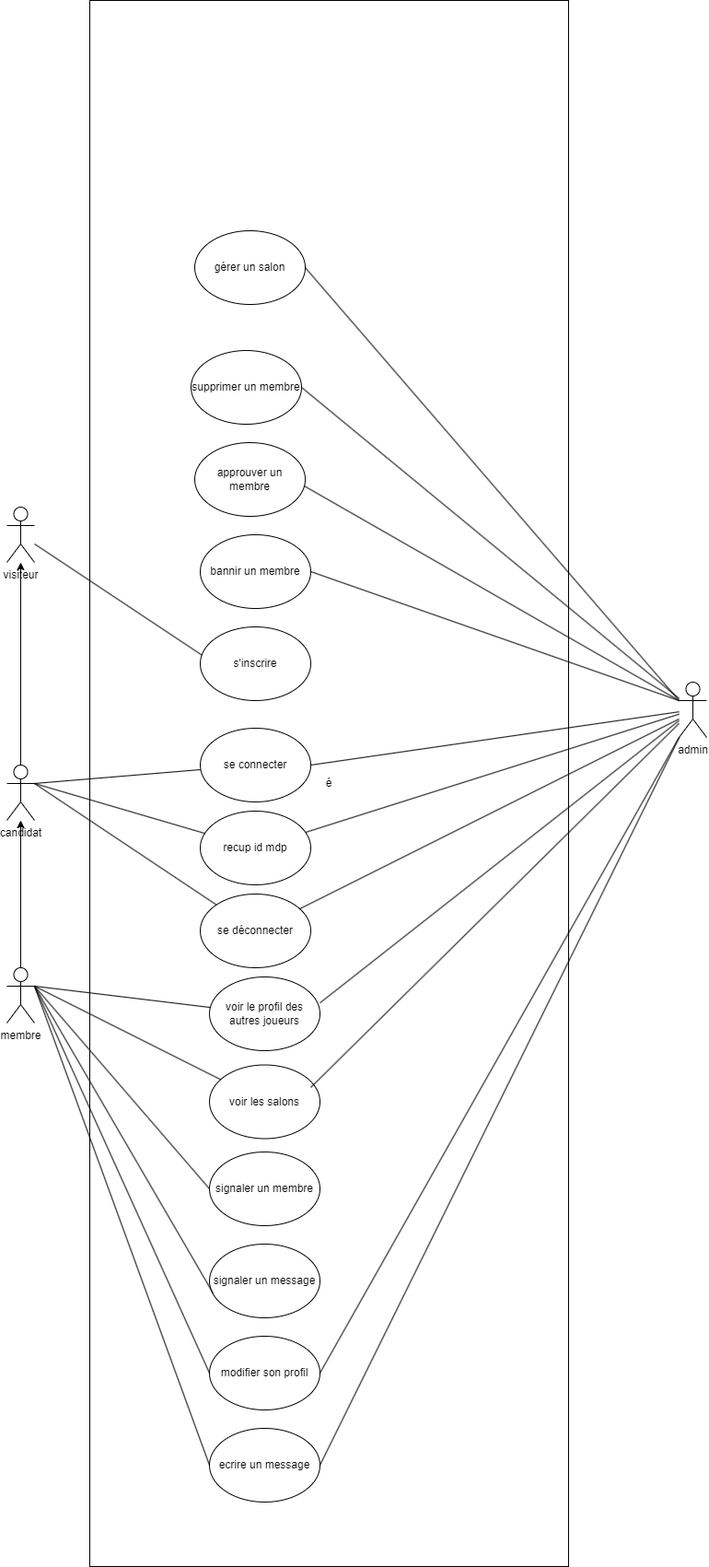
This is userStories.drawio.png from 2024-devops-alt-dist/gamerz-AC-NV, a draw.io export, as it was before one commit. Source tidied: cells renumbered, new cells last; positions are measured from the earlier drawing's top-left corner, leaving out a move shared by most shapes.
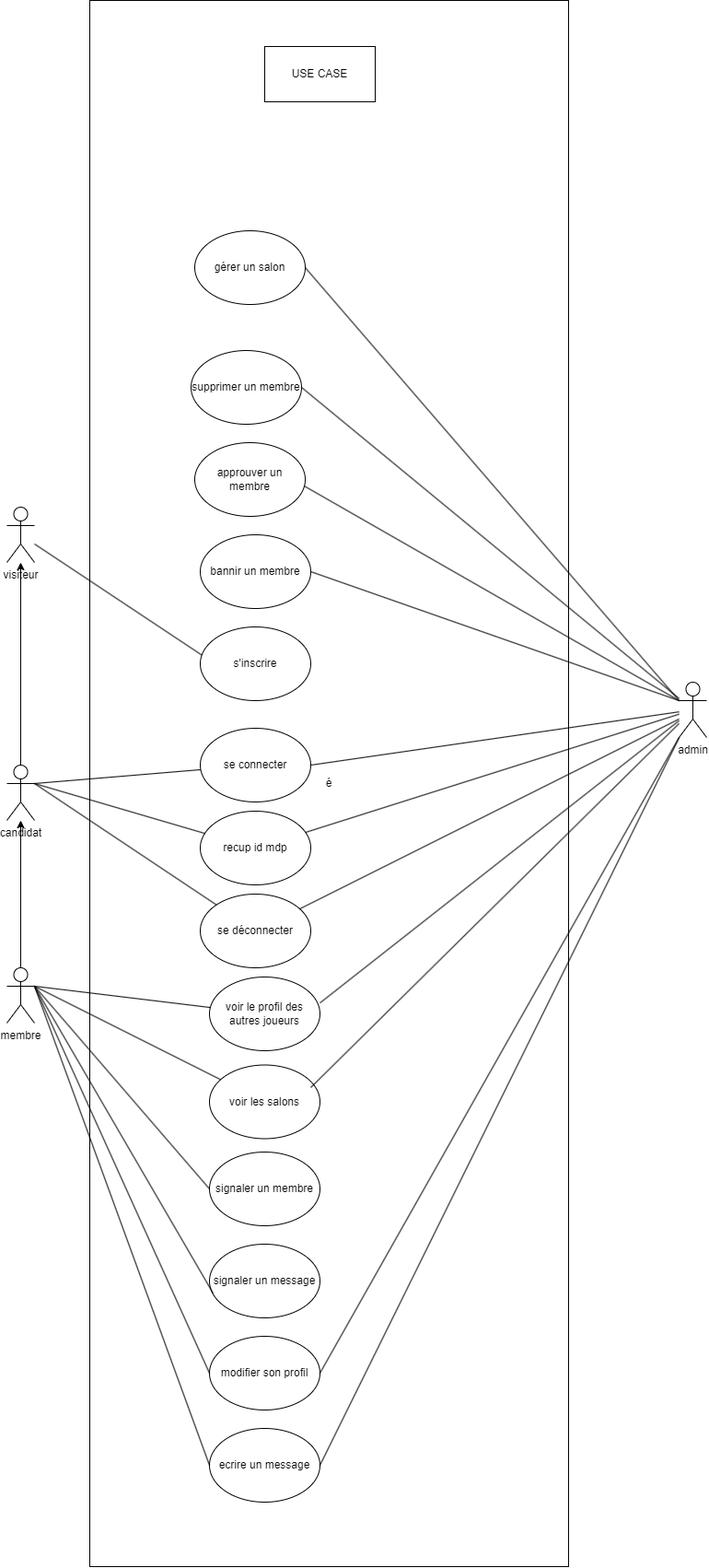
Above is the later version.

The edit, as a diff of the source:
```diff
@@ -150,5 +150,8 @@
     <mxCell id="43" style="endArrow=none;html=1;entryX=1;entryY=0.5;entryDx=0;entryDy=0;" parent="1" edge="1" source="7" target="15">
       <mxGeometry relative="1" as="geometry" />
     </mxCell>
+    <mxCell id="44" value="USE CASE" style="rounded=0;whiteSpace=wrap;html=1;" parent="1" vertex="1">
+      <mxGeometry x="280" y="50" width="120" height="60" as="geometry" />
+    </mxCell>
   </root>
 </mxGraphModel>
```
